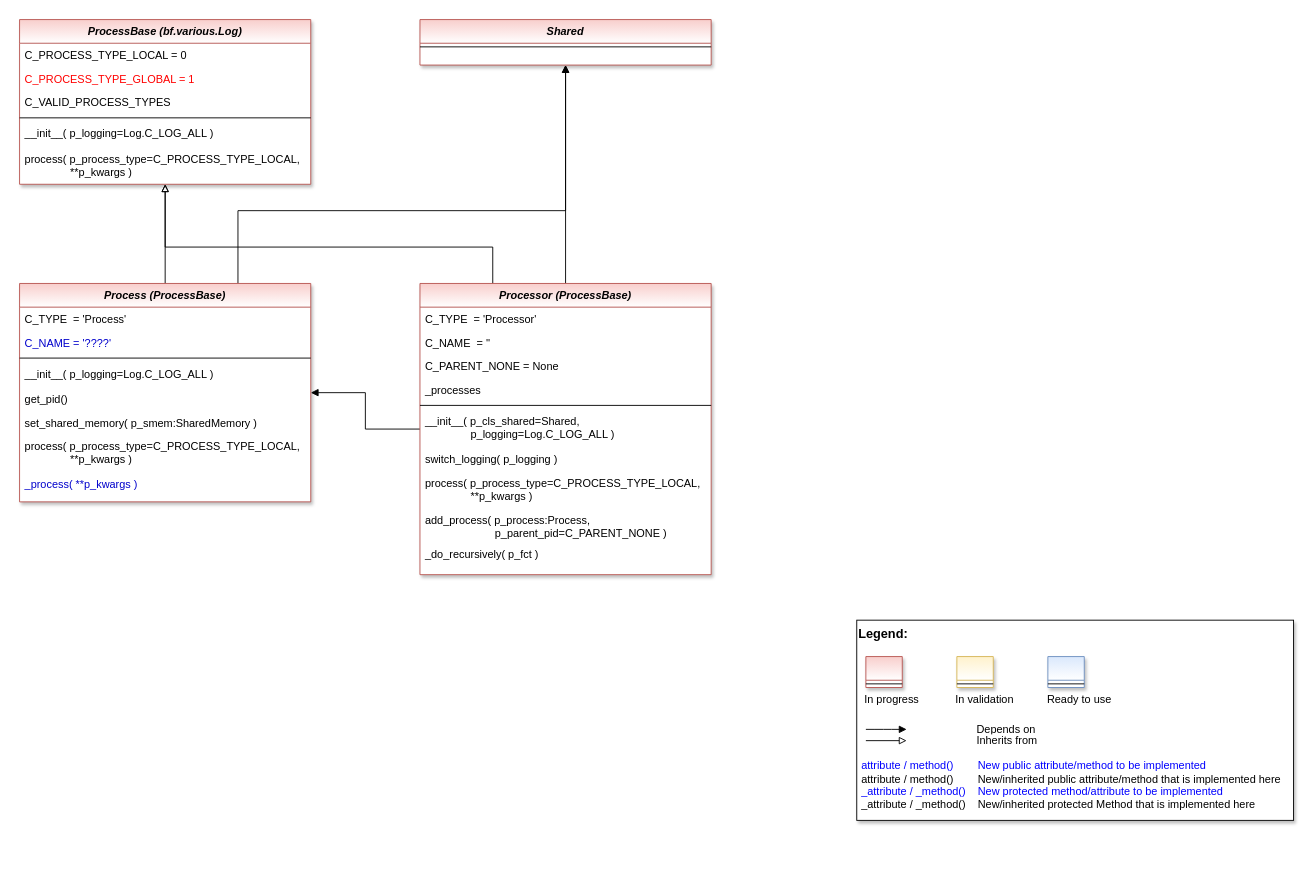
Above: doc/rtd/content/append2/core/images/bf/MLPro-BF-Processing_class_diagram.drawio in fhswf/MLPro (draw.io), before the change. Source tidied: cells renumbered, new cells numbered last; positions are measured from the earlier drawing's top-left corner, leaving out a move shared by most shapes. Both pictures are drawn from the tidied source at 91%, with x=0, y=0 at pixel (19, 19).
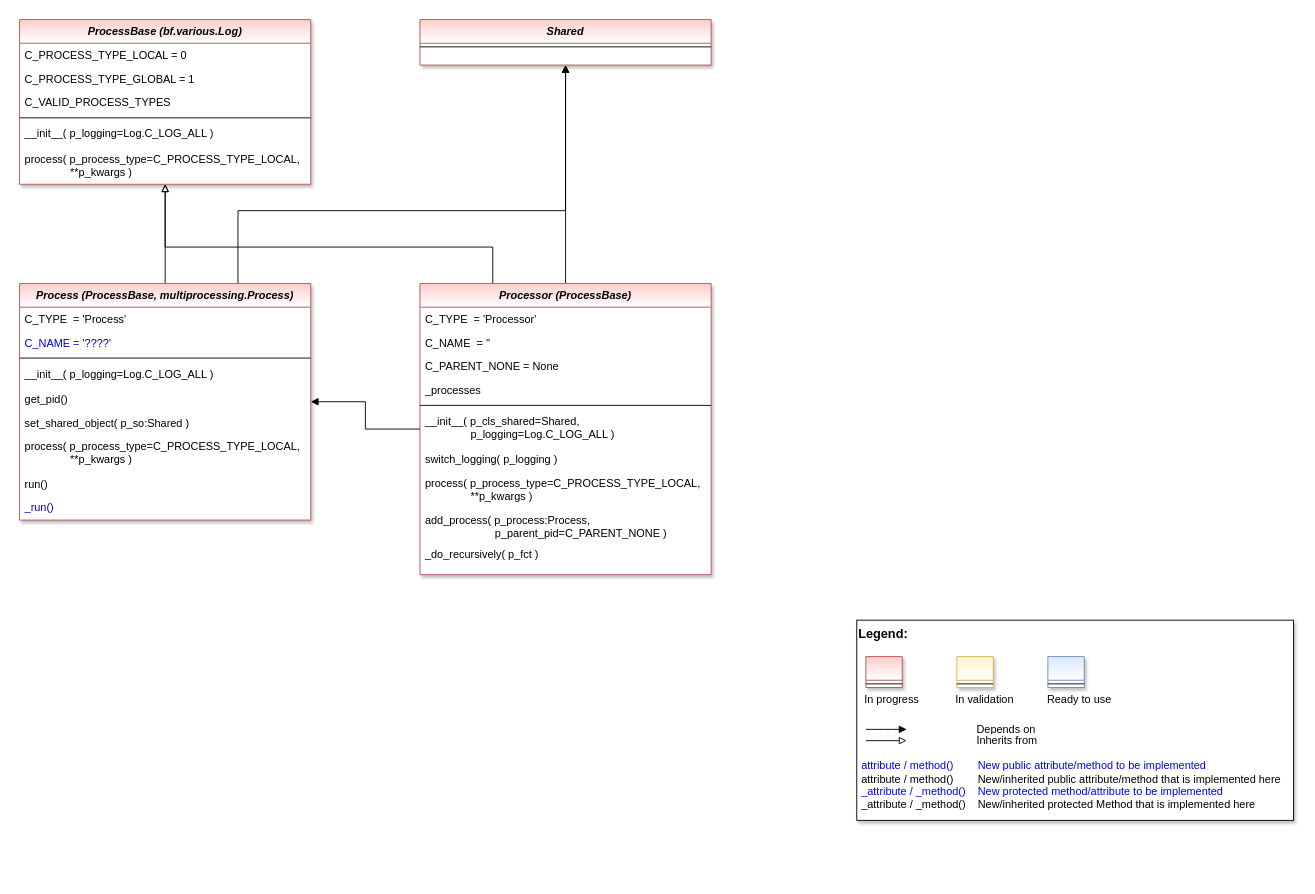
The same page after the edit.

The change refers to these unchanged cells:
```xml
<mxCell id="37" value="ProcessBase (bf.various.Log)" style="swimlane;fontStyle=3;align=center;verticalAlign=top;horizontal=1;startSize=26;rounded=0;shadow=1;strokeWidth=1;fillColor=#f8cecc;strokeColor=#b85450;glass=0;swimlaneFillColor=#ffffff;gradientColor=#ffffff;" parent="1" vertex="1">
  <mxGeometry width="320" height="181" as="geometry" />
</mxCell>
```

Diff of the diagram source:
```diff
@@
-    <mxCell id="18" value="Process (ProcessBase)" style="swimlane;fontStyle=3;align=center;verticalAlign=top;horizontal=1;startSize=26;rounded=0;shadow=1;strokeWidth=1;fillColor=#f8cecc;strokeColor=#b85450;glass=0;swimlaneFillColor=#ffffff;gradientColor=#ffffff;" parent="1" vertex="1">
-      <mxGeometry y="290" width="320" height="240" as="geometry" />
+    <mxCell id="18" value="Process (ProcessBase, multiprocessing.Process)" style="swimlane;fontStyle=3;align=center;verticalAlign=top;horizontal=1;startSize=26;rounded=0;shadow=1;strokeWidth=1;fillColor=#f8cecc;strokeColor=#b85450;glass=0;swimlaneFillColor=#ffffff;gradientColor=#ffffff;" parent="1" vertex="1">
+      <mxGeometry y="290" width="320" height="260" as="geometry" />
     </mxCell>
@@
-    <mxCell id="24" value="set_shared_memory( p_smem:SharedMemory )" style="text;align=left;verticalAlign=top;spacingLeft=4;spacingRight=4;overflow=hidden;fontColor=default;" parent="18" vertex="1">
+    <mxCell id="24" value="set_shared_object( p_so:Shared )" style="text;align=left;verticalAlign=top;spacingLeft=4;spacingRight=4;overflow=hidden;fontColor=default;" parent="18" vertex="1">
       <mxGeometry y="140" width="320" height="26" as="geometry" />
     </mxCell>
@@
-    <mxCell id="26" value="_process( **p_kwargs )" style="text;align=left;verticalAlign=top;spacingLeft=4;spacingRight=4;overflow=hidden;fontColor=#0000CC;" parent="18" vertex="1">
-      <mxGeometry y="207" width="320" height="26" as="geometry" />
-    </mxCell>
+    <mxCell id="46" value="run()" style="text;align=left;verticalAlign=top;spacingLeft=4;spacingRight=4;overflow=hidden;fontColor=default;" parent="18" vertex="1">
+      <mxGeometry y="207" width="320" height="26" as="geometry" />
+    </mxCell>
+    <mxCell id="47" value="_run()" style="text;align=left;verticalAlign=top;spacingLeft=4;spacingRight=4;overflow=hidden;fontColor=#0000CC;" parent="18" vertex="1">
+      <mxGeometry y="233" width="320" height="26" as="geometry" />
+    </mxCell>
@@
-    <mxCell id="39" value="C_PROCESS_TYPE_GLOBAL = 1 " style="text;align=left;verticalAlign=top;spacingLeft=4;spacingRight=4;overflow=hidden;fontColor=#FF0000;" parent="37" vertex="1">
+    <mxCell id="39" value="C_PROCESS_TYPE_GLOBAL = 1 " style="text;align=left;verticalAlign=top;spacingLeft=4;spacingRight=4;overflow=hidden;fontColor=default;" parent="37" vertex="1">
       <mxGeometry y="52" width="320" height="26" as="geometry" />
     </mxCell>
```
